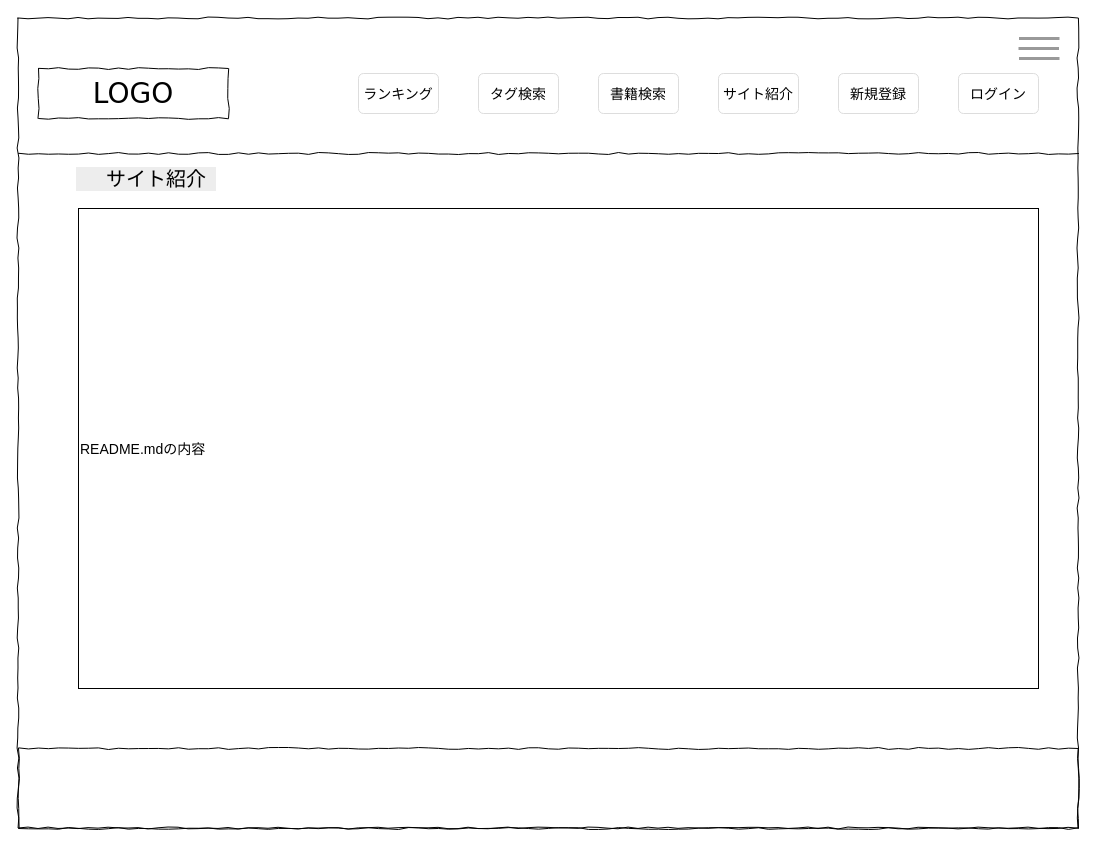
Earlier version of the draw.io diagram page "サイト紹介" (2 of 21) of wire_TechnicalBookReviewers_user.drawio (MitsuruYako/TechnicalBookReviewers). Source tidied: cells renumbered, new cells numbered last; positions are measured from the earlier drawing's top-left corner, leaving out a move shared by most shapes. Both pictures are drawn from the tidied source at 100%, with x=0, y=0 at pixel (18, 18).
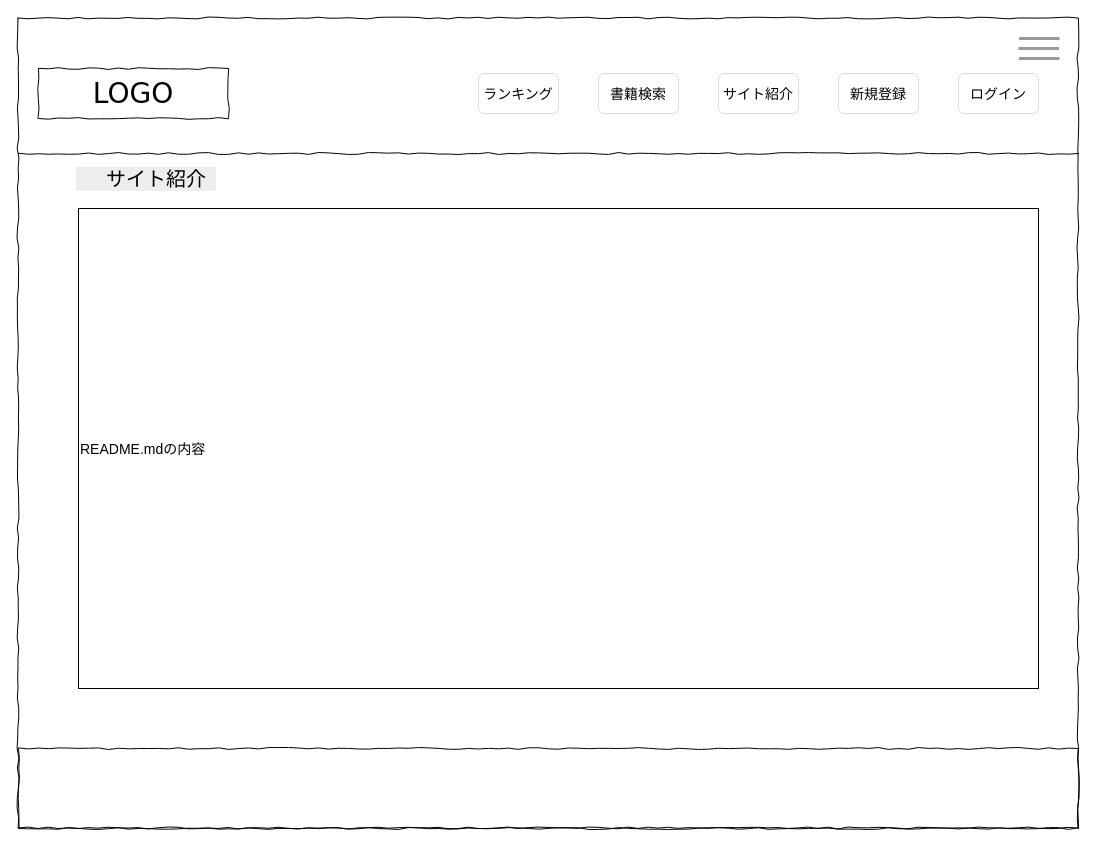
Above is the later version.

What changed in the source:
```diff
@@
 <mxGraphModel>
   <root>
     <mxCell id="0" />
     <mxCell id="1" parent="0" />
     <mxCell id="2" style="whiteSpace=wrap;html=1;rounded=0;shadow=0;labelBackgroundColor=none;strokeColor=#000000;strokeWidth=1;fillColor=none;fontFamily=Verdana;fontSize=12;fontColor=#000000;align=center;comic=1;" parent="1" vertex="1">
       <mxGeometry x="-0.5" y="-0.5" width="1060" height="810" as="geometry" />
     </mxCell>
     <mxCell id="3" value="LOGO" style="whiteSpace=wrap;html=1;rounded=0;shadow=0;labelBackgroundColor=none;strokeColor=#000000;strokeWidth=1;fillColor=#ffffff;fontFamily=Verdana;fontSize=28;fontColor=#000000;align=center;comic=1;" parent="1" vertex="1">
       <mxGeometry x="20" y="50" width="190" height="50" as="geometry" />
     </mxCell>
     <mxCell id="4" style="line;strokeWidth=1;html=1;rounded=0;shadow=0;labelBackgroundColor=none;fillColor=none;fontFamily=Verdana;fontSize=14;fontColor=#000000;align=center;comic=1;" parent="1" vertex="1">
       <mxGeometry y="130" width="1060" height="10" as="geometry" />
     </mxCell>
     <mxCell id="5" style="whiteSpace=wrap;html=1;rounded=0;shadow=0;labelBackgroundColor=none;strokeColor=#000000;strokeWidth=1;fillColor=none;fontFamily=Verdana;fontSize=12;fontColor=#000000;align=center;comic=1;" parent="1" vertex="1">
       <mxGeometry y="730" width="1060" height="80" as="geometry" />
     </mxCell>
     <mxCell id="6" value="&lt;font style=&quot;font-size: 14px&quot;&gt;ログイン&lt;/font&gt;" style="html=1;shadow=0;dashed=0;shape=mxgraph.bootstrap.rrect;rSize=5;strokeColor=#dddddd;align=center;fontSize=16;whiteSpace=wrap;fillColor=#FFFFFF;" parent="1" vertex="1">
       <mxGeometry x="940" y="55" width="80" height="40" as="geometry" />
     </mxCell>
     <mxCell id="7" value="&lt;span style=&quot;font-size: 14px&quot;&gt;サイト紹介&lt;/span&gt;" style="html=1;shadow=0;dashed=0;shape=mxgraph.bootstrap.rrect;rSize=5;strokeColor=#dddddd;align=center;fontSize=16;whiteSpace=wrap;fillColor=#FFFFFF;" parent="1" vertex="1">
       <mxGeometry x="700" y="55" width="80" height="40" as="geometry" />
     </mxCell>
     <mxCell id="8" value="&lt;font style=&quot;font-size: 14px&quot;&gt;新規登録&lt;/font&gt;" style="html=1;shadow=0;dashed=0;shape=mxgraph.bootstrap.rrect;rSize=5;strokeColor=#dddddd;align=center;fontSize=16;whiteSpace=wrap;fillColor=#FFFFFF;" parent="1" vertex="1">
       <mxGeometry x="820" y="55" width="80" height="40" as="geometry" />
     </mxCell>
     <mxCell id="9" value="&lt;font style=&quot;font-size: 14px&quot;&gt;README.mdの内容&lt;br&gt;&lt;/font&gt;" style="text;html=1;strokeColor=#000000;fillColor=#FFFFFF;align=left;verticalAlign=middle;whiteSpace=wrap;rounded=0;fontSize=15;" parent="1" vertex="1">
       <mxGeometry x="60" y="190" width="960" height="480" as="geometry" />
     </mxCell>
     <mxCell id="10" value="&lt;span style=&quot;font-size: 14px&quot;&gt;書籍検索&lt;/span&gt;" style="html=1;shadow=0;dashed=0;shape=mxgraph.bootstrap.rrect;rSize=5;strokeColor=#dddddd;align=center;fontSize=16;whiteSpace=wrap;fillColor=#FFFFFF;" parent="1" vertex="1">
       <mxGeometry x="580" y="55" width="80" height="40" as="geometry" />
     </mxCell>
-    <mxCell id="11" value="&lt;span style=&quot;font-size: 14px&quot;&gt;タグ検索&lt;/span&gt;" style="html=1;shadow=0;dashed=0;shape=mxgraph.bootstrap.rrect;rSize=5;strokeColor=#dddddd;align=center;fontSize=16;whiteSpace=wrap;fillColor=#FFFFFF;" parent="1" vertex="1">
+    <mxCell id="11" value="&lt;span style=&quot;font-size: 14px&quot;&gt;ランキング&lt;/span&gt;" style="html=1;shadow=0;dashed=0;shape=mxgraph.bootstrap.rrect;rSize=5;strokeColor=#dddddd;align=center;fontSize=16;whiteSpace=wrap;fillColor=#FFFFFF;" parent="1" vertex="1">
       <mxGeometry x="460" y="55" width="80" height="40" as="geometry" />
     </mxCell>
-    <mxCell id="12" value="&lt;span style=&quot;font-size: 14px&quot;&gt;ランキング&lt;/span&gt;" style="html=1;shadow=0;dashed=0;shape=mxgraph.bootstrap.rrect;rSize=5;strokeColor=#dddddd;align=center;fontSize=16;whiteSpace=wrap;fillColor=#FFFFFF;" parent="1" vertex="1">
-      <mxGeometry x="340" y="55" width="80" height="40" as="geometry" />
-    </mxCell>
     <mxCell id="13" style="group;" parent="1" vertex="1">
       <mxGeometry x="1000" y="10" width="41" height="40" as="geometry" />
     </mxCell>
     <mxCell id="14" style="verticalLabelPosition=bottom;shadow=0;dashed=0;align=center;html=1;verticalAlign=top;strokeWidth=3;shape=mxgraph.mockup.markup.line;strokeColor=#999999;fillColor=none;" parent="13" vertex="1">
       <mxGeometry y="10" width="40.5" height="20" as="geometry" />
     </mxCell>
     <mxCell id="15" style="verticalLabelPosition=bottom;shadow=0;dashed=0;align=center;html=1;verticalAlign=top;strokeWidth=3;shape=mxgraph.mockup.markup.line;strokeColor=#999999;fillColor=none;" parent="13" vertex="1">
       <mxGeometry x="0.5" width="40.5" height="20" as="geometry" />
     </mxCell>
     <mxCell id="16" style="verticalLabelPosition=bottom;shadow=0;dashed=0;align=center;html=1;verticalAlign=top;strokeWidth=3;shape=mxgraph.mockup.markup.line;strokeColor=#999999;fillColor=none;" parent="13" vertex="1">
       <mxGeometry x="0.5" y="20" width="40.5" height="20" as="geometry" />
     </mxCell>
     <mxCell id="17" value="　サイト紹介　" style="text;html=1;strokeColor=none;fillColor=none;align=center;verticalAlign=middle;whiteSpace=wrap;rounded=0;labelBackgroundColor=#EDEDED;fontSize=20;" parent="1" vertex="1">
       <mxGeometry x="24.5" y="150" width="205.5" height="20" as="geometry" />
     </mxCell>
   </root>
 </mxGraphModel>
```
